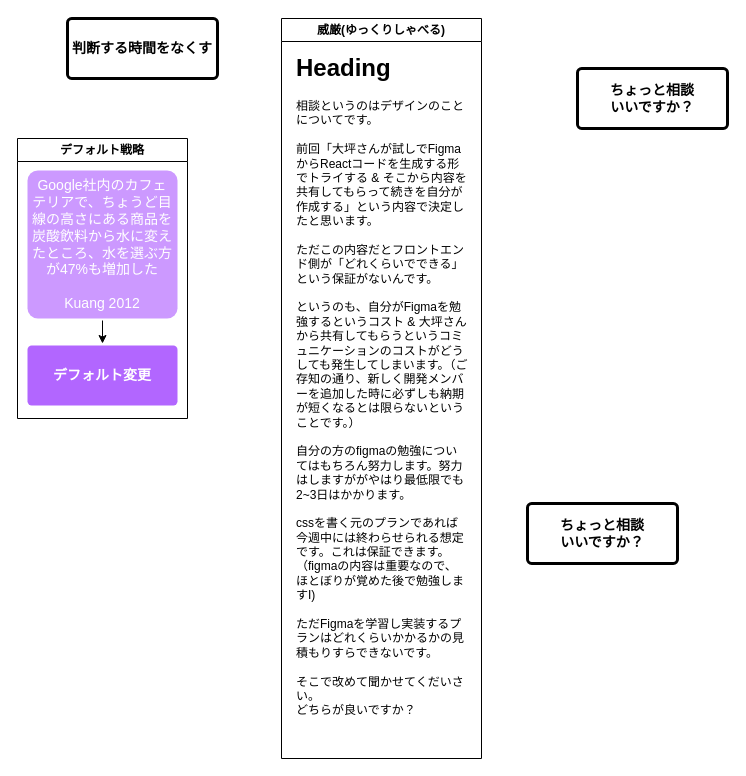
Earlier version of the draw.io diagram page "説得" (3 of 8) of psy/psy.drawio (minegishirei/draw_v1). Source tidied: cells renumbered, new cells numbered last; positions are measured from the earlier drawing's top-left corner, leaving out a move shared by most shapes. Both pictures are drawn from the tidied source at 100%, with x=0, y=0 at pixel (17, 18).
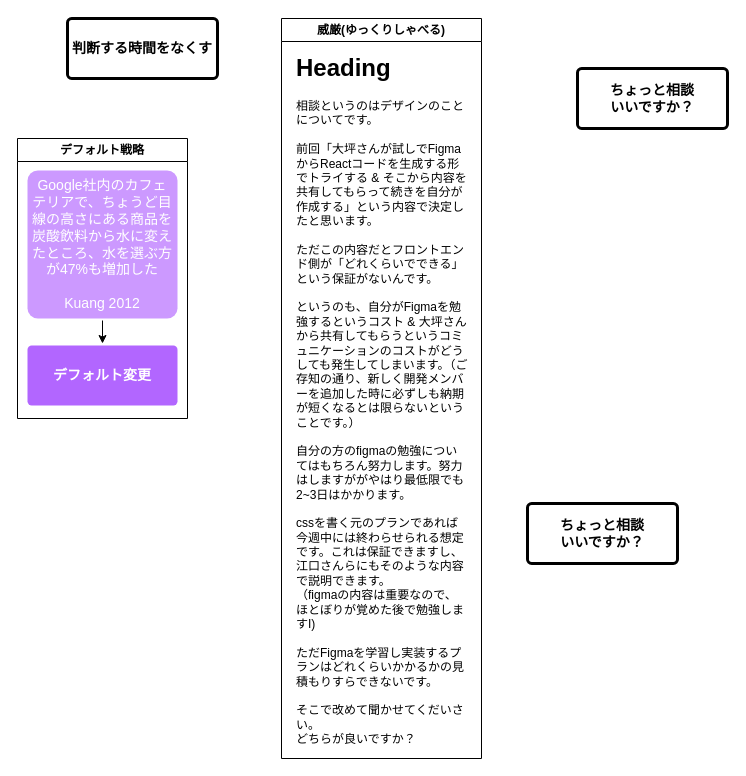
The same page after the edit.

Commit message:
psy.drawio を更新します

Change to the diagram source:
```diff
@@
 <mxGraphModel>
   <root>
     <mxCell id="0" />
     <mxCell id="1" parent="0" />
     <mxCell id="2" value="デフォルト戦略" style="swimlane;whiteSpace=wrap;html=1;" parent="1" vertex="1">
       <mxGeometry y="120" width="170" height="280" as="geometry" />
     </mxCell>
     <mxCell id="3" value="デフォルト変更" style="rounded=1;whiteSpace=wrap;html=1;shadow=0;labelBackgroundColor=none;strokeColor=none;strokeWidth=3;fillColor=#B266FF;fontFamily=Helvetica;fontSize=14;fontColor=#FFFFFF;align=center;spacing=5;fontStyle=1;arcSize=7;perimeterSpacing=2;" parent="2" vertex="1">
       <mxGeometry x="10" y="207" width="150" height="60" as="geometry" />
     </mxCell>
     <mxCell id="4" style="edgeStyle=orthogonalEdgeStyle;rounded=0;jettySize=auto;html=1;entryX=0.5;entryY=0;entryDx=0;entryDy=0;" parent="2" edge="1" source="5" target="3">
       <mxGeometry relative="1" as="geometry" />
     </mxCell>
     <mxCell id="5" value="Google社内のカフェテリアで、ちょうど目線の高さにある商品を&lt;br style=&quot;border-color: var(--border-color);&quot;&gt;炭酸飲料から水に変えたところ、水を選ぶ方が47%も増加した&lt;br style=&quot;border-color: var(--border-color);&quot;&gt;&lt;br style=&quot;border-color: var(--border-color);&quot;&gt;Kuang 2012" style="rounded=1;whiteSpace=wrap;html=1;shadow=0;labelBackgroundColor=none;strokeColor=none;strokeWidth=3;fillColor=#CC99FF;fontFamily=Helvetica;fontSize=14;fontColor=#FFFFFF;align=center;spacing=5;arcSize=7;perimeterSpacing=2;" parent="2" vertex="1">
       <mxGeometry x="10" y="32" width="150" height="148" as="geometry" />
     </mxCell>
     <mxCell id="6" value="&lt;font color=&quot;#000000&quot;&gt;判断する時間をなくす&lt;br&gt;&lt;/font&gt;" style="rounded=1;whiteSpace=wrap;html=1;shadow=0;labelBackgroundColor=none;strokeColor=#000000;strokeWidth=3;fillColor=#FFFFFF;fontFamily=Helvetica;fontSize=14;fontColor=#FFFFFF;align=center;spacing=5;fontStyle=1;arcSize=7;perimeterSpacing=2;" parent="1" vertex="1">
       <mxGeometry x="50" width="150" height="60" as="geometry" />
     </mxCell>
     <mxCell id="7" value="&lt;font color=&quot;#000000&quot;&gt;ちょっと相談&lt;br&gt;いいですか？&lt;br&gt;&lt;/font&gt;" style="rounded=1;whiteSpace=wrap;html=1;shadow=0;labelBackgroundColor=none;strokeColor=#000000;strokeWidth=3;fillColor=#FFFFFF;fontFamily=Helvetica;fontSize=14;fontColor=#FFFFFF;align=center;spacing=5;fontStyle=1;arcSize=7;perimeterSpacing=2;" parent="1" vertex="1">
       <mxGeometry x="510" y="485" width="150" height="60" as="geometry" />
     </mxCell>
     <mxCell id="8" value="&lt;font color=&quot;#000000&quot;&gt;ちょっと相談&lt;br&gt;いいですか？&lt;br&gt;&lt;/font&gt;" style="rounded=1;whiteSpace=wrap;html=1;shadow=0;labelBackgroundColor=none;strokeColor=#000000;strokeWidth=3;fillColor=#FFFFFF;fontFamily=Helvetica;fontSize=14;fontColor=#FFFFFF;align=center;spacing=5;fontStyle=1;arcSize=7;perimeterSpacing=2;" parent="1" vertex="1">
       <mxGeometry x="560" y="50" width="150" height="60" as="geometry" />
     </mxCell>
     <mxCell id="9" value="威厳(ゆっくりしゃべる)" style="swimlane;whiteSpace=wrap;html=1;" parent="1" vertex="1">
       <mxGeometry x="264" width="200" height="740" as="geometry" />
     </mxCell>
-    <mxCell id="10" value="&lt;h1&gt;Heading&lt;/h1&gt;&lt;p&gt;相談というのはデザインのことについてです。&lt;br&gt;&lt;br&gt;前回「大坪さんが試しでFigmaからReactコードを生成する形でトライする &amp;amp; そこから内容を共有してもらって続きを自分が作成する」という内容で決定したと思います。&lt;br&gt;&lt;br&gt;ただこの内容だとフロントエンド側が「どれくらいでできる」という保証がないんです。&lt;br&gt;&lt;br&gt;というのも、自分がFigmaを勉強するというコスト &amp;amp; 大坪さんから共有してもらうというコミュニケーションのコストがどうしても発生してしまいます。（ご存知の通り、新しく開発メンバーを追加した時に必ずしも納期が短くなるとは限らないということです。）&lt;br&gt;&lt;br&gt;自分の方のfigmaの勉強についてはもちろん努力します。努力はしますががやはり最低限でも2~3日はかかります。&lt;br&gt;&lt;br&gt;cssを書く元のプランであれば今週中には終わらせられる想定です。これは保証できます。&lt;br&gt;（figmaの内容は重要なので、ほとぼりが覚めた後で勉強しますI)&lt;br&gt;&lt;br&gt;ただFigmaを学習し実装するプランはどれくらいかかるかの見積もりすらできないです。&lt;br&gt;&lt;br&gt;そこで改めて聞かせてくだいさい。&lt;br&gt;どちらが良いですか？&lt;br&gt;&lt;br&gt;&lt;/p&gt;&lt;p&gt;&lt;br&gt;&lt;/p&gt;" style="text;html=1;strokeColor=none;fillColor=none;spacing=5;spacingTop=-20;whiteSpace=wrap;overflow=hidden;rounded=0;" parent="9" vertex="1">
+    <mxCell id="10" value="&lt;h1&gt;Heading&lt;/h1&gt;&lt;p&gt;相談というのはデザインのことについてです。&lt;br&gt;&lt;br&gt;前回「大坪さんが試しでFigmaからReactコードを生成する形でトライする &amp;amp; そこから内容を共有してもらって続きを自分が作成する」という内容で決定したと思います。&lt;br&gt;&lt;br&gt;ただこの内容だとフロントエンド側が「どれくらいでできる」という保証がないんです。&lt;br&gt;&lt;br&gt;というのも、自分がFigmaを勉強するというコスト &amp;amp; 大坪さんから共有してもらうというコミュニケーションのコストがどうしても発生してしまいます。（ご存知の通り、新しく開発メンバーを追加した時に必ずしも納期が短くなるとは限らないということです。）&lt;br&gt;&lt;br&gt;自分の方のfigmaの勉強についてはもちろん努力します。努力はしますががやはり最低限でも2~3日はかかります。&lt;br&gt;&lt;br&gt;cssを書く元のプランであれば今週中には終わらせられる想定です。これは保証できますし、江口さんらにもそのような内容で説明できます。&lt;br&gt;（figmaの内容は重要なので、ほとぼりが覚めた後で勉強しますI)&lt;br&gt;&lt;br&gt;ただFigmaを学習し実装するプランはどれくらいかかるかの見積もりすらできないです。&lt;br&gt;&lt;br&gt;そこで改めて聞かせてくだいさい。&lt;br&gt;どちらが良いですか？&lt;br&gt;&lt;br&gt;&lt;/p&gt;&lt;p&gt;&lt;br&gt;&lt;/p&gt;" style="text;html=1;strokeColor=none;fillColor=none;spacing=5;spacingTop=-20;whiteSpace=wrap;overflow=hidden;rounded=0;" parent="9" vertex="1">
       <mxGeometry x="10" y="30" width="180" height="700" as="geometry" />
     </mxCell>
   </root>
 </mxGraphModel>
```
